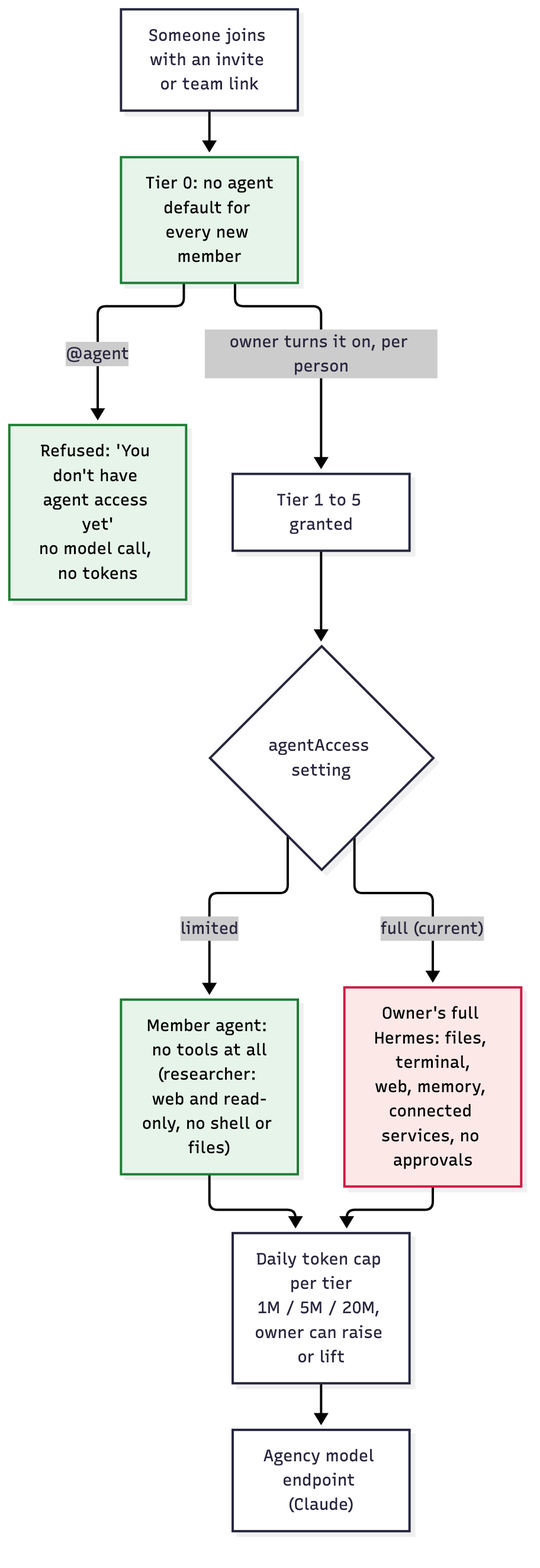
Above: docs/security-architecture/07-agent-and-model-gating.png in slavingia/servant (Mermaid), before the change. Its source is kept beside it as docs/security-architecture/07-agent-and-model-gating.mmd.
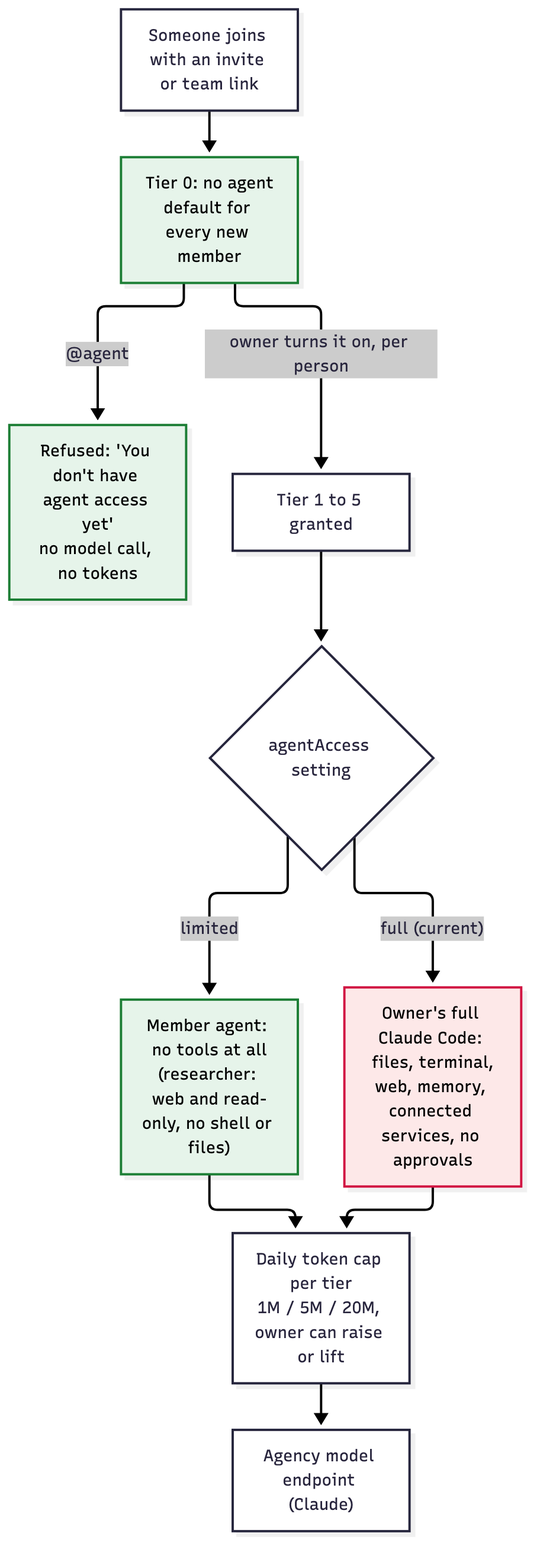
Above is the later version.

Diff of the diagram source:
```diff
@@ -4,7 +4,7 @@
   T0 -- "owner turns it on, per person" --> T["Tier 1 to 5 granted"]
   T --> L{"agentAccess setting"}
   L -- "limited" --> MB["Member agent: no tools at all<br/>(researcher: web and read-only, no shell or files)"]
-  L -- "full (current)" --> FA["Owner's full Hermes: files, terminal,<br/>web, memory, connected services, no approvals"]
+  L -- "full (current)" --> FA["Owner's full Claude Code: files, terminal,<br/>web, memory, connected services, no approvals"]
   MB --> C["Daily token cap per tier<br/>1M / 5M / 20M, owner can raise or lift"]
   FA --> C
   C --> M["Agency model endpoint (Claude)"]
```
